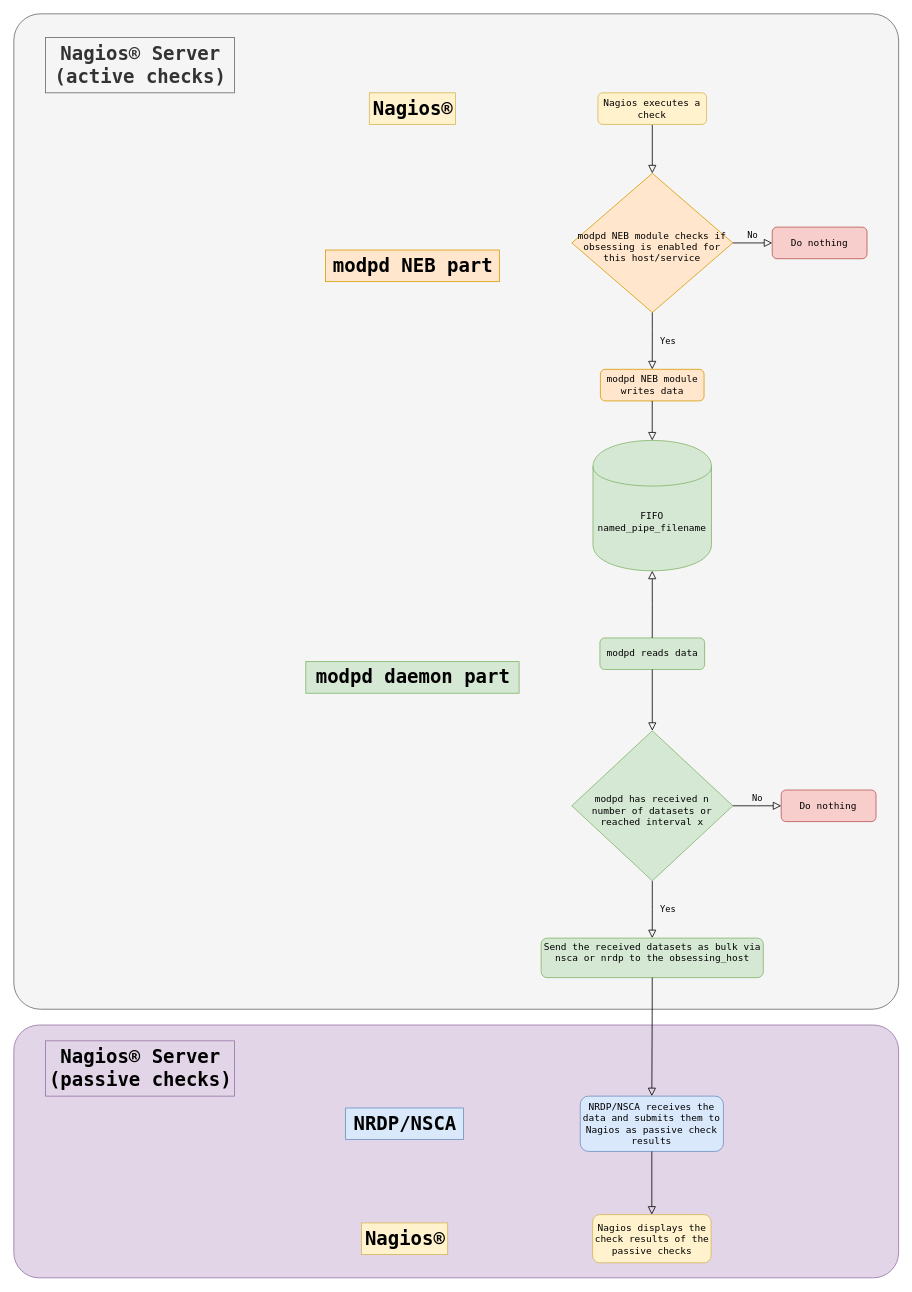
Before: images/modpd.drawio in ccztux/modpd, a draw.io diagram. Source tidied: cells renumbered, new cells numbered last; positions are measured from the earlier drawing's top-left corner, leaving out a move shared by most shapes. Both pictures are drawn from the tidied source at 79%, with x=0, y=0 at pixel (13, 13).
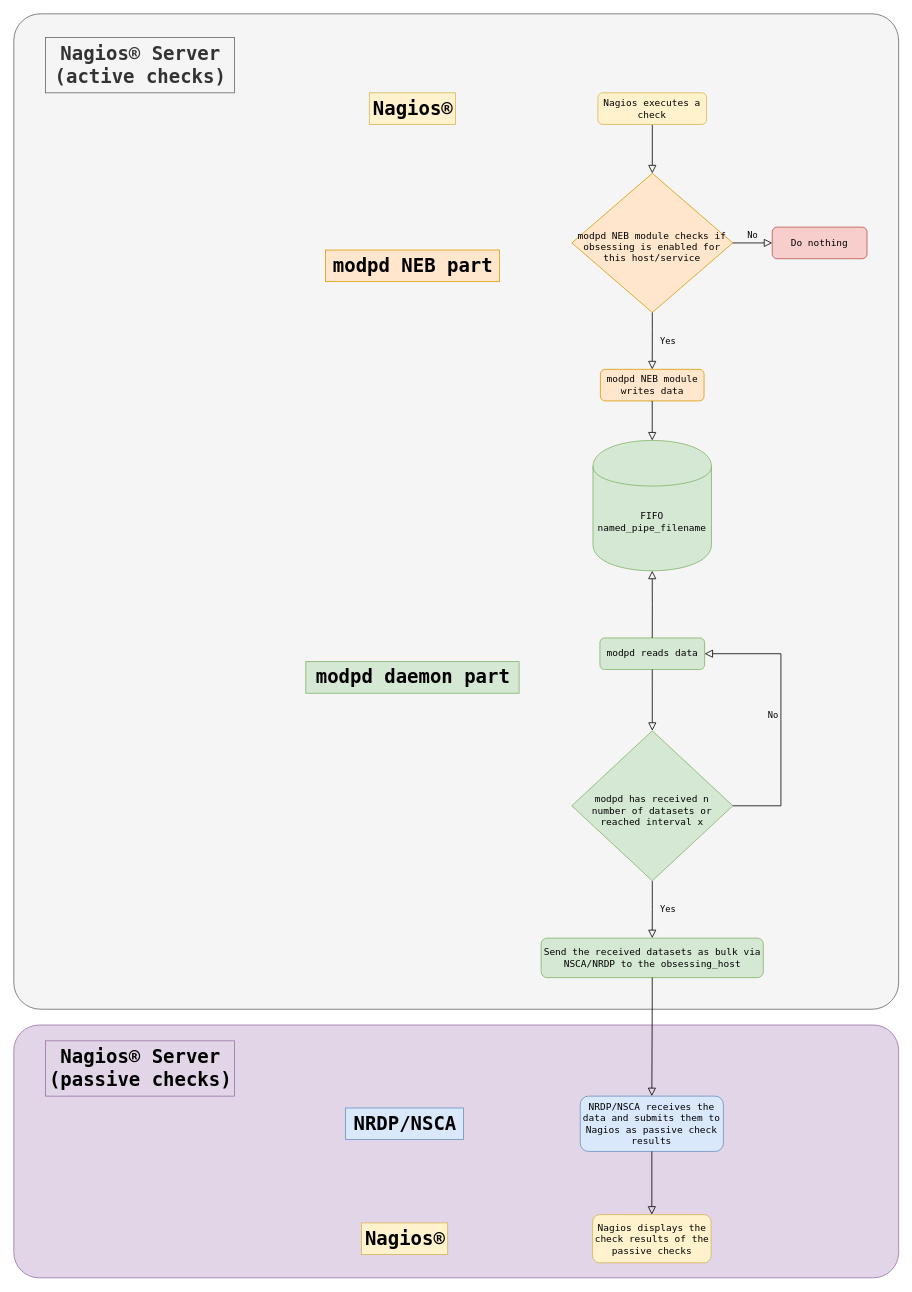
Above is the later version.

The change refers to these unchanged cells:
```xml
<mxCell id="8" value="modpd reads data" style="rounded=1;whiteSpace=wrap;html=1;fontSize=12;glass=0;strokeWidth=1;shadow=0;fontFamily=Lucida Console;fillColor=#d5e8d4;strokeColor=#82b366;" parent="1" vertex="1">
  <mxGeometry x="741.9" y="790" width="132.5" height="40" as="geometry" />
</mxCell>
<mxCell id="17" value="&lt;div&gt;&lt;br&gt;&lt;/div&gt;&lt;div&gt;&lt;div&gt;modpd has received n number of datasets or reached interval x&lt;/div&gt;&lt;/div&gt;" style="rhombus;whiteSpace=wrap;html=1;shadow=0;fontFamily=Lucida Console;fontSize=12;align=center;strokeWidth=1;spacing=6;spacingTop=-4;fillColor=#d5e8d4;strokeColor=#82b366;" parent="1" vertex="1">
  <mxGeometry x="706.3" y="907.5" width="203.8" height="190" as="geometry" />
</mxCell>
```

The edit, as a diff of the source:
```diff
@@
-    <mxCell id="14" value="&lt;div&gt;Send the received datasets as bulk via nsca or nrdp to the obsessing_host&lt;/div&gt;&lt;div&gt;&lt;br&gt;&lt;/div&gt;" style="rounded=1;whiteSpace=wrap;html=1;fontSize=12;glass=0;strokeWidth=1;shadow=0;fontFamily=Lucida Console;fillColor=#d5e8d4;strokeColor=#82b366;" parent="1" vertex="1">
+    <mxCell id="14" value="&lt;div&gt;&lt;br&gt;&lt;/div&gt;&lt;div&gt;Send the received datasets as bulk via NSCA/NRDP to the obsessing_host&lt;/div&gt;&lt;div&gt;&lt;br&gt;&lt;/div&gt;" style="rounded=1;whiteSpace=wrap;html=1;fontSize=12;glass=0;strokeWidth=1;shadow=0;fontFamily=Lucida Console;fillColor=#d5e8d4;strokeColor=#82b366;" parent="1" vertex="1">
       <mxGeometry x="667.5" y="1170" width="281.2" height="50" as="geometry" />
     </mxCell>
@@
-    <mxCell id="18" value="Do nothing" style="rounded=1;whiteSpace=wrap;html=1;fontSize=12;glass=0;strokeWidth=1;shadow=0;fontFamily=Lucida Console;fillColor=#f8cecc;strokeColor=#b85450;" parent="1" vertex="1">
-      <mxGeometry x="971.4" y="982.5" width="120" height="40" as="geometry" />
-    </mxCell>
@@
-    <mxCell id="23" value="No" style="edgeStyle=orthogonalEdgeStyle;rounded=0;html=1;jettySize=auto;fontSize=11;endArrow=block;endFill=0;endSize=8;strokeWidth=1;shadow=0;labelBackgroundColor=none;fontFamily=Lucida Console;exitX=1;exitY=0.5;exitDx=0;exitDy=0;entryX=0;entryY=0.5;entryDx=0;entryDy=0;" parent="1" edge="1" source="17" target="18">
+    <mxCell id="23" value="No" style="edgeStyle=orthogonalEdgeStyle;rounded=0;html=1;jettySize=auto;fontSize=11;endArrow=block;endFill=0;endSize=8;strokeWidth=1;shadow=0;labelBackgroundColor=none;fontFamily=Lucida Console;exitX=1;exitY=0.5;exitDx=0;exitDy=0;entryX=1;entryY=0.5;entryDx=0;entryDy=0;" parent="1" edge="1" source="17" target="8">
       <mxGeometry y="10" relative="1" as="geometry">
         <Array as="points">
-          <mxPoint x="940" y="1003" />
-          <mxPoint x="940" y="1003" />
+          <mxPoint x="971" y="1003" />
+          <mxPoint x="971" y="810" />
         </Array>
       </mxGeometry>
     </mxCell>
```
